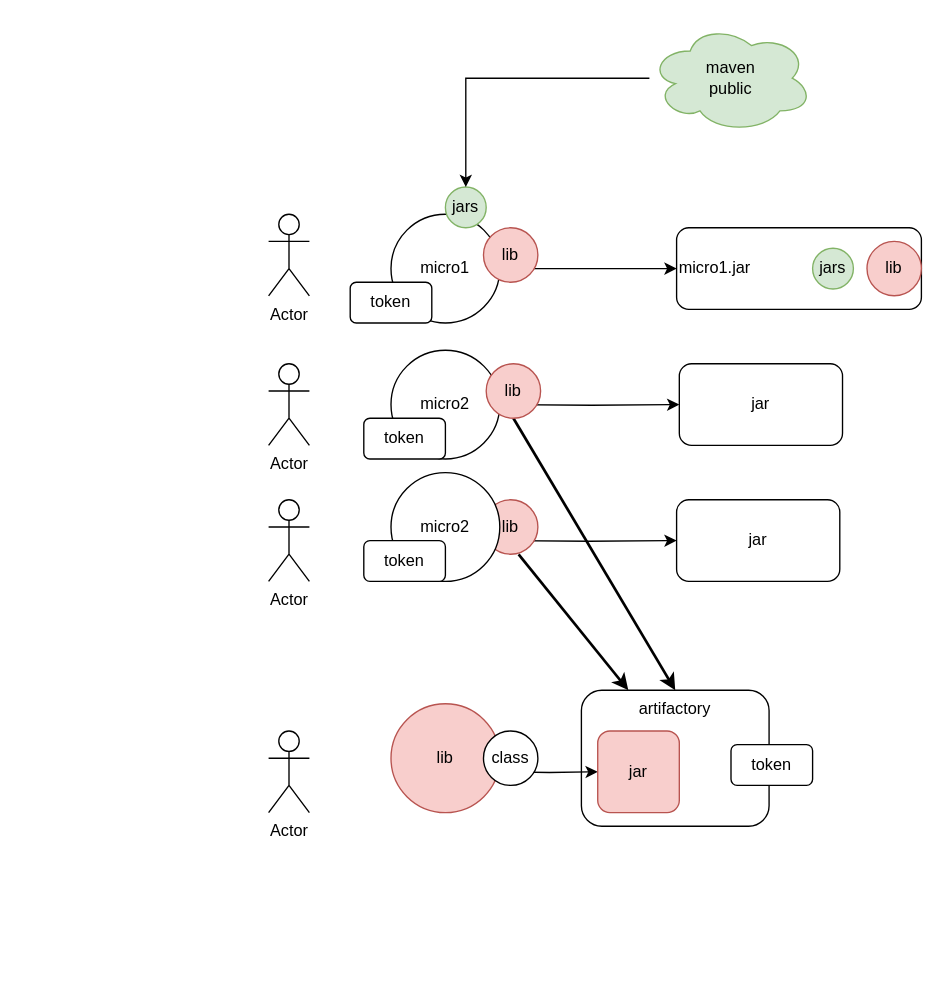
This is page "Page-5" (5 of 11) of doc/curso-marzo.drawio from gmacastil/ms-mz-producto, a draw.io file, before an edit. Source tidied: cells renumbered, new cells numbered last; positions are measured from the earlier drawing's top-left corner, leaving out a move shared by most shapes. Both pictures are drawn from the tidied source at 136%, with x=0, y=0 at pixel (268, 23).
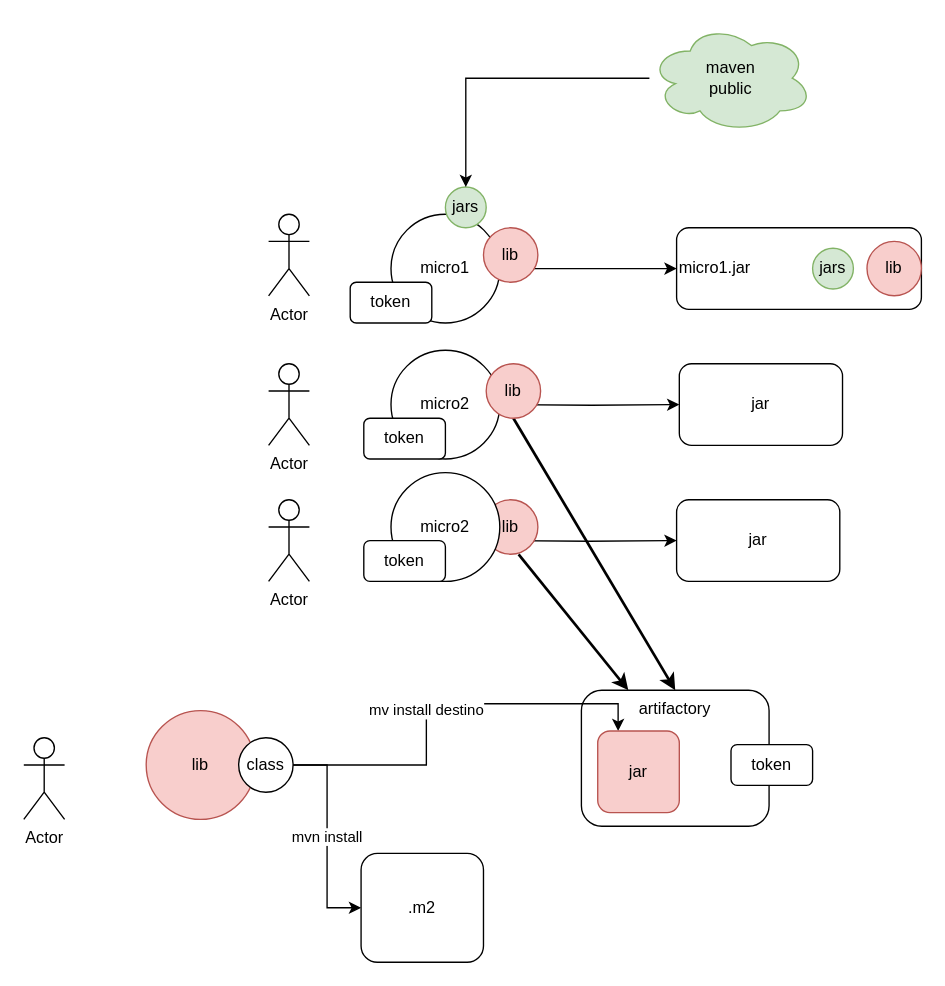
After the change.

The change refers to these unchanged cells:
```xml
<mxCell id="25" value="jar" style="rounded=1;whiteSpace=wrap;html=1;fillColor=#f8cecc;strokeColor=#b85450;" parent="1" vertex="1">
  <mxGeometry x="242" y="520" width="60" height="60" as="geometry" />
</mxCell>
```

What changed in the source:
```diff
@@
+    <mxCell id="34" value="mv install destino" style="edgeStyle=orthogonalEdgeStyle;rounded=0;jettySize=auto;html=1;entryX=0.25;entryY=0;entryDx=0;entryDy=0;" parent="1" edge="1" source="7" target="25">
+      <mxGeometry relative="1" as="geometry" />
+    </mxCell>
     <mxCell id="7" value="lib" style="ellipse;whiteSpace=wrap;html=1;fillColor=#f8cecc;strokeColor=#b85450;" parent="1" vertex="1">
-      <mxGeometry x="90" y="500" width="80" height="80" as="geometry" />
+      <mxGeometry x="-90" y="505" width="80" height="80" as="geometry" />
     </mxCell>
@@
     <mxCell id="22" value="Actor" style="shape=umlActor;verticalLabelPosition=bottom;verticalAlign=top;html=1;" parent="1" vertex="1">
-      <mxGeometry y="520" width="30" height="60" as="geometry" />
+      <mxGeometry x="-180" y="525" width="30" height="60" as="geometry" />
     </mxCell>
-    <mxCell id="23" style="edgeStyle=orthogonalEdgeStyle;rounded=0;jettySize=auto;html=1;" parent="1" edge="1" target="25">
-      <mxGeometry relative="1" as="geometry">
-        <mxPoint x="170" y="550" as="sourcePoint" />
-      </mxGeometry>
+    <mxCell id="23" value="mvn install" style="edgeStyle=orthogonalEdgeStyle;rounded=0;jettySize=auto;html=1;exitX=1;exitY=0.5;exitDx=0;exitDy=0;entryX=0;entryY=0.5;entryDx=0;entryDy=0;" parent="1" edge="1" source="24" target="35">
+      <mxGeometry relative="1" as="geometry" />
     </mxCell>
     <mxCell id="24" value="class" style="ellipse;whiteSpace=wrap;html=1;" parent="1" vertex="1">
-      <mxGeometry x="158" y="520" width="40" height="40" as="geometry" />
+      <mxGeometry x="-22" y="525" width="40" height="40" as="geometry" />
     </mxCell>
@@
+    <mxCell id="35" value=".m2" style="rounded=1;whiteSpace=wrap;html=1;" parent="1" vertex="1">
+      <mxGeometry x="68" y="610" width="90" height="80" as="geometry" />
+    </mxCell>
```
